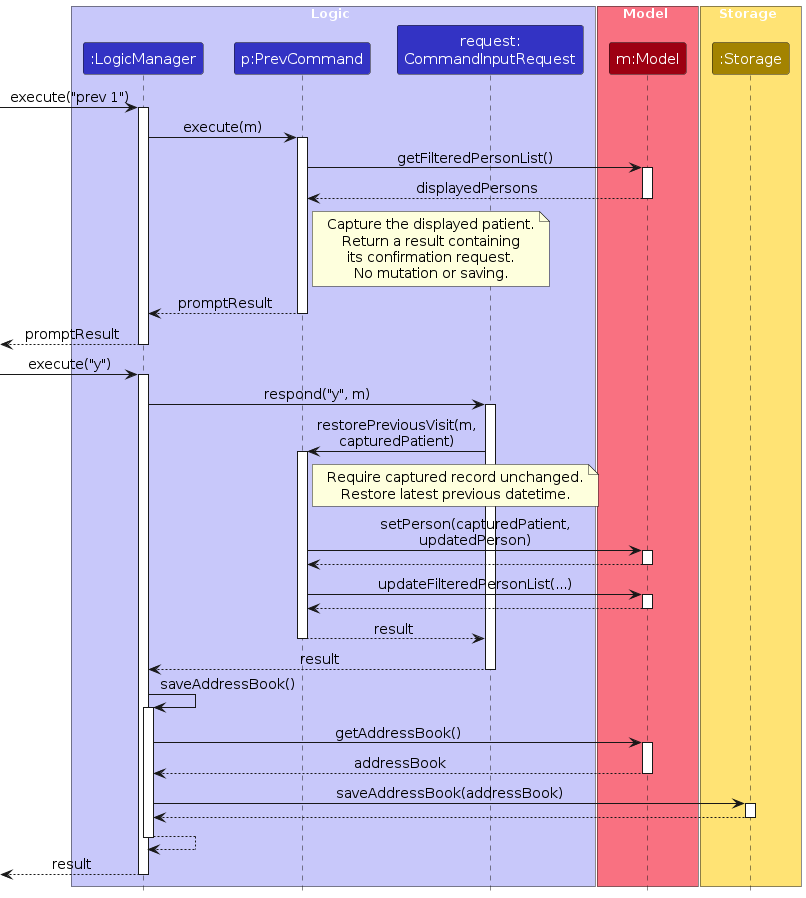
Before: diagrams/PrevSequenceDiagram.png, a diagram exported from PlantUML (AY2627S1-CS2103T-T09-4/tp). Its source is kept beside it as diagrams/PrevSequenceDiagram.puml.
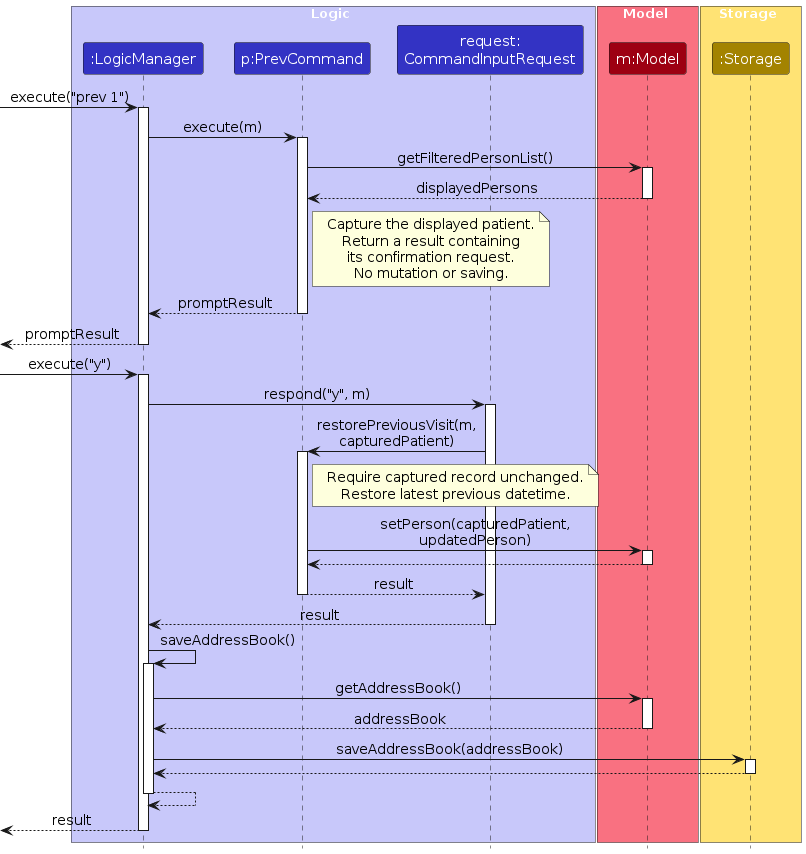
After the change.

The edit, as a diff of the source:
```diff
@@ -66,10 +66,6 @@
 activate Model
 Model --> PrevCommand
 deactivate Model
-PrevCommand -> Model : updateFilteredPersonList(...)
-activate Model
-Model --> PrevCommand
-deactivate Model
 PrevCommand --> InputRequest : result
 deactivate PrevCommand
 InputRequest --> LogicManager : result
```
